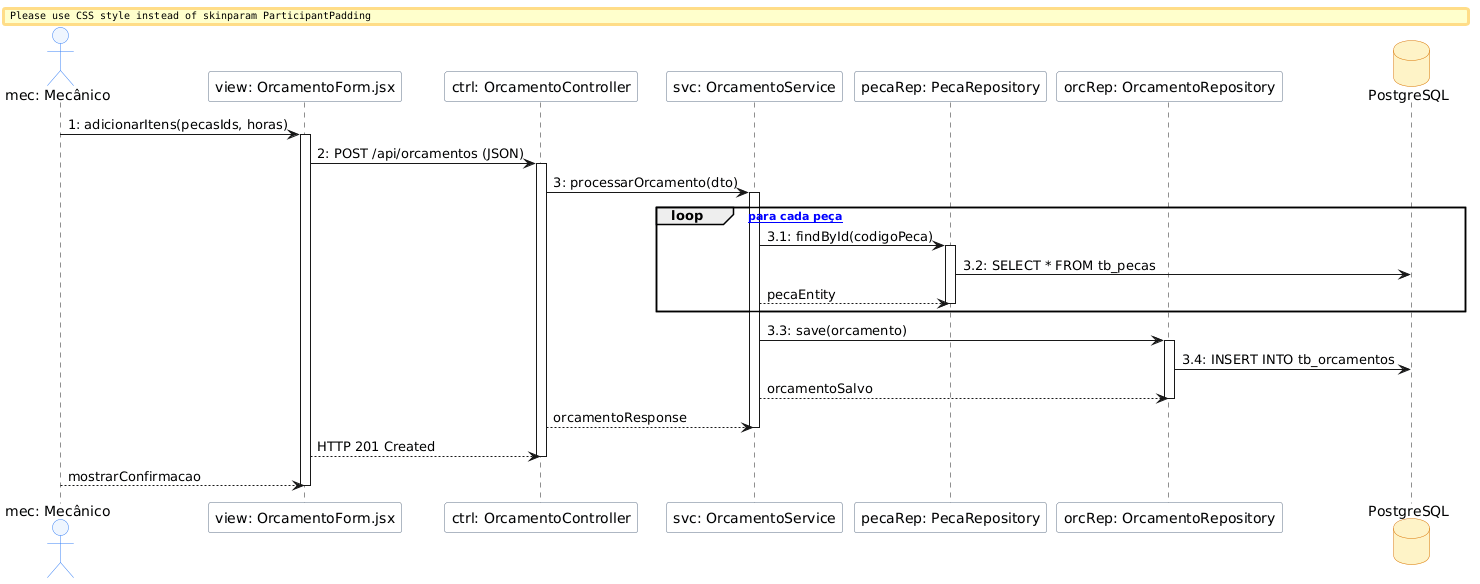
Above: Diagramas/Imagens/Comunicação-02.png in Mateus7799/Autofix (PlantUML), before the change. Its diagram source:
```plantuml
@startuml
skinparam shadowed false
skinparam ParticipantPadding 40

skinparam actor {
    BackgroundColor #EFF6FF
    BorderColor #3B82F6
}
skinparam participant {
    BackgroundColor #F8FAFC
    BorderColor #64748B
}
skinparam database {
    BackgroundColor #FEF3C7
    BorderColor #D97706
}

actor "mec: Mecânico" as mec
participant "view: OrcamentoForm.jsx" as view
participant "ctrl: OrcamentoController" as ctrl
participant "svc: OrcamentoService" as svc
participant "pecaRep: PecaRepository" as pecaRep
participant "orcRep: OrcamentoRepository" as orcRep
database "PostgreSQL" as db

mec -> view : 1: adicionarItens(pecasIds, horas)
activate view

view -> ctrl : 2: POST /api/orcamentos (JSON)
activate ctrl

ctrl -> svc : 3: processarOrcamento(dto)
activate svc

loop [loop para cada peça]
    svc -> pecaRep : 3.1: findById(codigoPeca)
    activate pecaRep
    pecaRep -> db : 3.2: SELECT * FROM tb_pecas
    pecaRep <-- svc : pecaEntity
    deactivate pecaRep
end

svc -> orcRep : 3.3: save(orcamento)
activate orcRep
orcRep -> db : 3.4: INSERT INTO tb_orcamentos
orcRep <-- svc : orcamentoSalvo
deactivate orcRep

svc <-- ctrl : orcamentoResponse
deactivate svc

ctrl <-- view : HTTP 201 Created
deactivate ctrl

view <-- mec : mostrarConfirmacao
deactivate view
@enduml
```
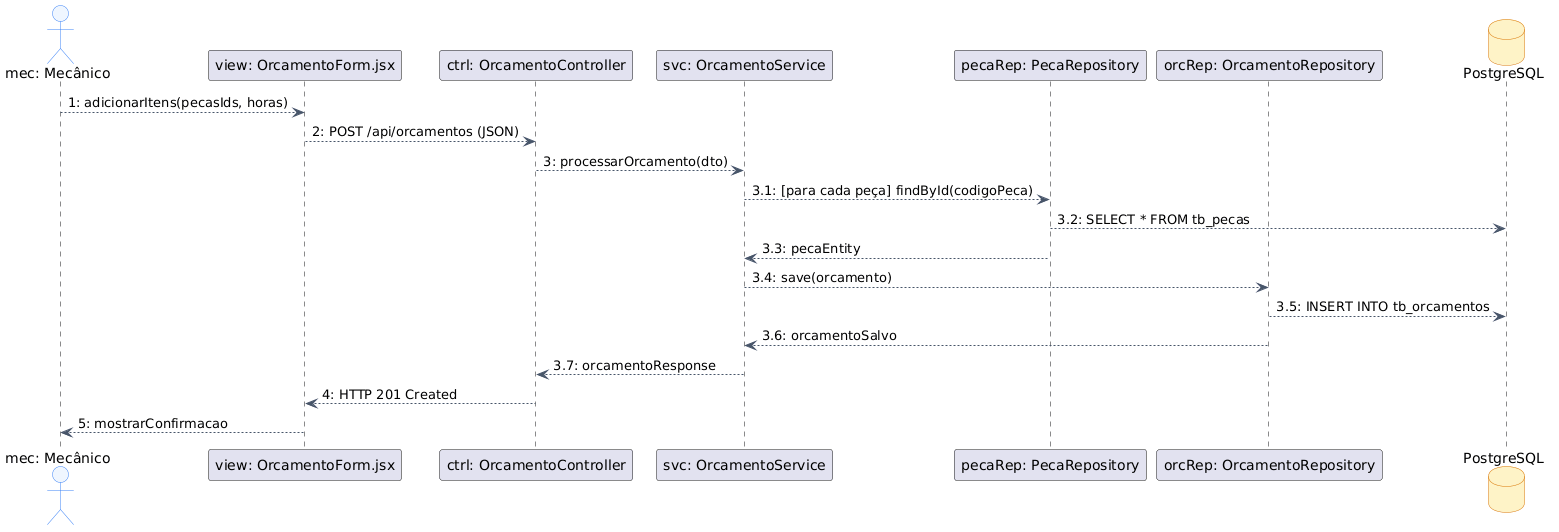
The same diagram one commit later.

What changed in the source:
```diff
@@ -1,57 +1,33 @@
 @startuml
-skinparam shadowed false
-skinparam ParticipantPadding 40
+skinparam shadowing false
+skinparam defaultFontName "Helvetica"
+skinparam monochrome false
+skinparam ObjectBackgroundColor #F8FAFC
+skinparam ObjectBorderColor #64748B
+skinparam DatabaseBackgroundColor #FEF3C7
+skinparam DatabaseBorderColor #D97706
+skinparam ActorBackgroundColor #EFF6FF
+skinparam ActorBorderColor #3B82F6
+skinparam ArrowColor #475569
 
-skinparam actor {
-    BackgroundColor #EFF6FF
-    BorderColor #3B82F6
-}
-skinparam participant {
-    BackgroundColor #F8FAFC
-    BorderColor #64748B
-}
-skinparam database {
-    BackgroundColor #FEF3C7
-    BorderColor #D97706
-}
+actor  "mec: Mecânico"               as mec
+participant "view: OrcamentoForm.jsx"     as view
+participant "ctrl: OrcamentoController"   as ctrl
+participant "svc: OrcamentoService"       as svc
+participant "pecaRep: PecaRepository"     as pecaRep
+participant "orcRep: OrcamentoRepository" as orcRep
+database "PostgreSQL"                as db
 
-actor "mec: Mecânico" as mec
-participant "view: OrcamentoForm.jsx" as view
-participant "ctrl: OrcamentoController" as ctrl
-participant "svc: OrcamentoService" as svc
-participant "pecaRep: PecaRepository" as pecaRep
-participant "orcRep: OrcamentoRepository" as orcRep
-database "PostgreSQL" as db
-
-mec -> view : 1: adicionarItens(pecasIds, horas)
-activate view
-
-view -> ctrl : 2: POST /api/orcamentos (JSON)
-activate ctrl
-
-ctrl -> svc : 3: processarOrcamento(dto)
-activate svc
-
-loop [loop para cada peça]
-    svc -> pecaRep : 3.1: findById(codigoPeca)
-    activate pecaRep
-    pecaRep -> db : 3.2: SELECT * FROM tb_pecas
-    pecaRep <-- svc : pecaEntity
-    deactivate pecaRep
-end
-
-svc -> orcRep : 3.3: save(orcamento)
-activate orcRep
-orcRep -> db : 3.4: INSERT INTO tb_orcamentos
-orcRep <-- svc : orcamentoSalvo
-deactivate orcRep
-
-svc <-- ctrl : orcamentoResponse
-deactivate svc
-
-ctrl <-- view : HTTP 201 Created
-deactivate ctrl
-
-view <-- mec : mostrarConfirmacao
-deactivate view
+mec     --> view    : 1: adicionarItens(pecasIds, horas)
+view    --> ctrl    : 2: POST /api/orcamentos (JSON)
+ctrl    --> svc     : 3: processarOrcamento(dto)
+svc     --> pecaRep : 3.1: [para cada peça] findById(codigoPeca)
+pecaRep --> db      : 3.2: SELECT * FROM tb_pecas
+pecaRep --> svc     : 3.3: pecaEntity
+svc     --> orcRep  : 3.4: save(orcamento)
+orcRep  --> db      : 3.5: INSERT INTO tb_orcamentos
+orcRep  --> svc     : 3.6: orcamentoSalvo
+svc     --> ctrl    : 3.7: orcamentoResponse
+ctrl    --> view    : 4: HTTP 201 Created
+view    --> mec     : 5: mostrarConfirmacao
 @enduml
```
